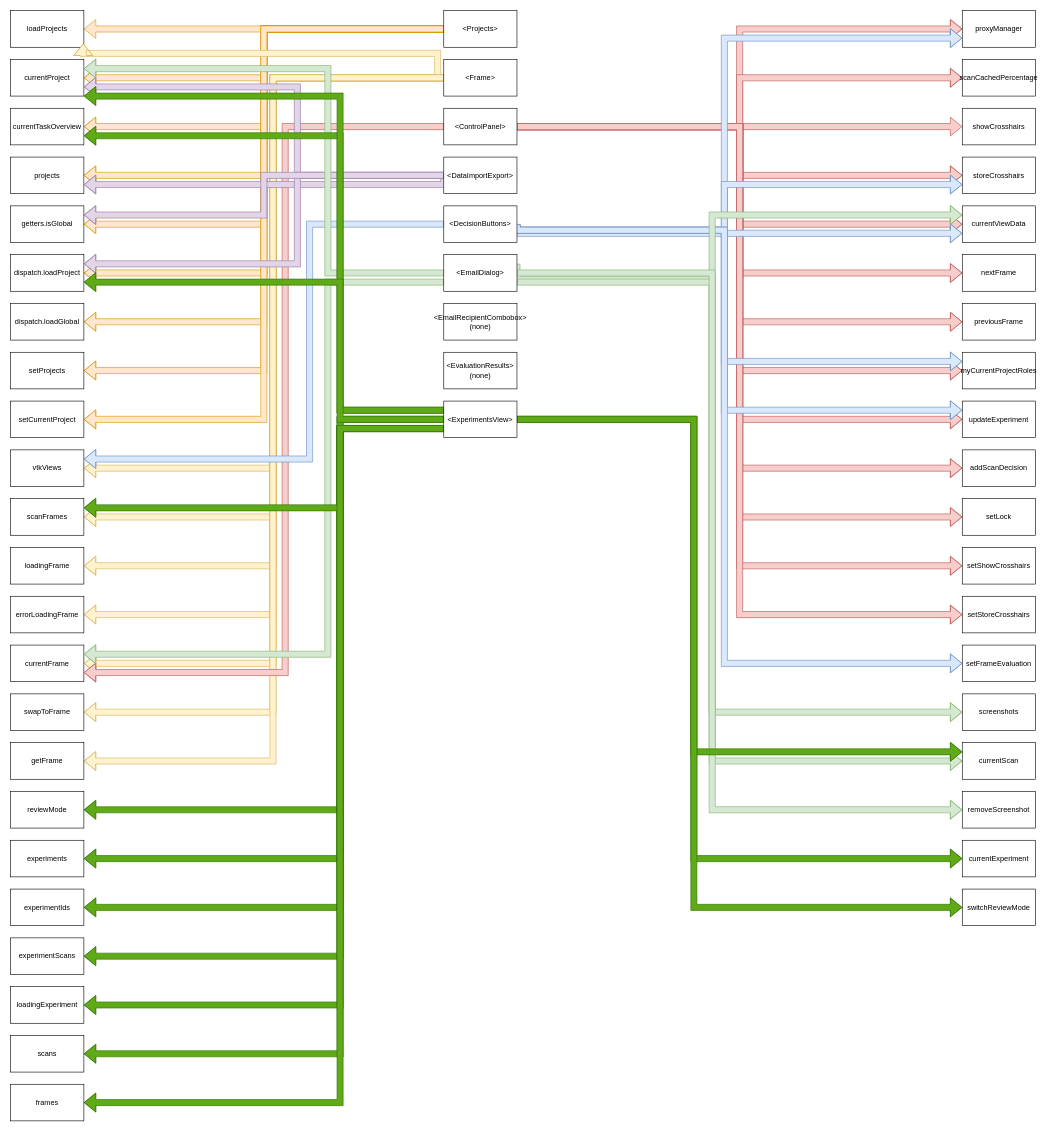
Earlier version of the draw.io diagram diagrams/miqa-store-components.drawio (davidshq/miqa-notes). Source tidied: cells renumbered, new cells numbered last; positions are measured from the earlier drawing's top-left corner, leaving out a move shared by most shapes. Both pictures are drawn from the tidied source at 61%, with x=0, y=0 at pixel (10, 10).
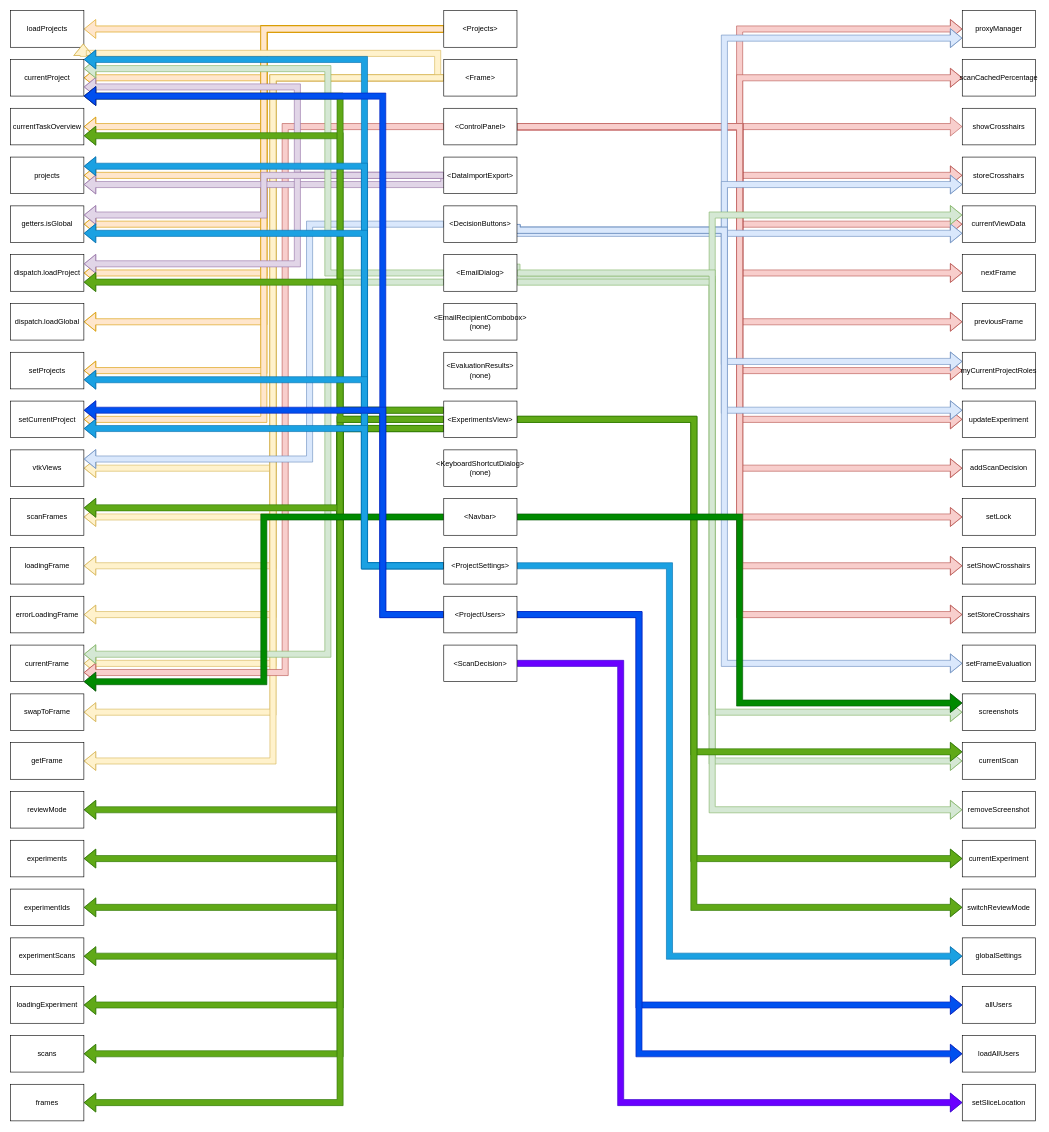
After the change.

Commit message:
Adding KeyboardShortcutDialog, Navbar, ProjectSettings, ProjectUsers, and ScanDecision

The change refers to these unchanged cells:
```xml
<mxCell id="13" value="currentProject" style="rounded=0;whiteSpace=wrap;html=1;" parent="1" vertex="1">
  <mxGeometry y="80" width="120" height="60" as="geometry" />
</mxCell>
<mxCell id="15" value="projects" style="rounded=0;whiteSpace=wrap;html=1;" parent="1" vertex="1">
  <mxGeometry y="240" width="120" height="60" as="geometry" />
</mxCell>
<mxCell id="16" value="getters.isGlobal" style="rounded=0;whiteSpace=wrap;html=1;" parent="1" vertex="1">
  <mxGeometry y="320" width="120" height="60" as="geometry" />
</mxCell>
<mxCell id="19" value="setProjects" style="rounded=0;whiteSpace=wrap;html=1;" parent="1" vertex="1">
  <mxGeometry y="560" width="120" height="60" as="geometry" />
</mxCell>
<mxCell id="20" value="setCurrentProject" style="rounded=0;whiteSpace=wrap;html=1;" parent="1" vertex="1">
  <mxGeometry y="640" width="120" height="60" as="geometry" />
</mxCell>
<mxCell id="34" value="currentFrame" style="rounded=0;whiteSpace=wrap;html=1;" parent="1" vertex="1">
  <mxGeometry y="1040" width="120" height="60" as="geometry" />
</mxCell>
<mxCell id="87" value="screenshots" style="rounded=0;whiteSpace=wrap;html=1;" parent="1" vertex="1">
  <mxGeometry x="1560" y="1120" width="120" height="60" as="geometry" />
</mxCell>
```

The edit, as a diff of the source:
```diff
@@
+    <mxCell id="115" value="&amp;lt;KeyboardShortcutDialog&amp;gt;&lt;br&gt;(none)" style="rounded=0;whiteSpace=wrap;html=1;" parent="1" vertex="1">
+      <mxGeometry x="710" y="720" width="120" height="60" as="geometry" />
+    </mxCell>
+    <mxCell id="116" style="edgeStyle=orthogonalEdgeStyle;shape=flexArrow;rounded=0;jettySize=auto;html=1;entryX=0;entryY=0.25;entryDx=0;entryDy=0;fillColor=#008a00;strokeColor=#005700;" parent="1" edge="1" source="118" target="87">
+      <mxGeometry relative="1" as="geometry" />
+    </mxCell>
+    <mxCell id="117" style="edgeStyle=orthogonalEdgeStyle;shape=flexArrow;rounded=0;jettySize=auto;html=1;entryX=1;entryY=1;entryDx=0;entryDy=0;fillColor=#008a00;strokeColor=#005700;" parent="1" edge="1" source="118" target="34">
+      <mxGeometry relative="1" as="geometry">
+        <Array as="points">
+          <mxPoint x="415" y="830" />
+          <mxPoint x="415" y="1100" />
+        </Array>
+      </mxGeometry>
+    </mxCell>
+    <mxCell id="118" value="&amp;lt;Navbar&amp;gt;" style="rounded=0;whiteSpace=wrap;html=1;" parent="1" vertex="1">
+      <mxGeometry x="710" y="800" width="120" height="60" as="geometry" />
+    </mxCell>
+    <mxCell id="119" style="edgeStyle=orthogonalEdgeStyle;shape=flexArrow;rounded=0;jettySize=auto;html=1;exitX=0;exitY=0.5;exitDx=0;exitDy=0;entryX=1;entryY=0;entryDx=0;entryDy=0;fillColor=#1ba1e2;strokeColor=#006EAF;" parent="1" edge="1" source="125" target="13">
+      <mxGeometry relative="1" as="geometry">
+        <Array as="points">
+          <mxPoint x="580" y="910" />
+          <mxPoint x="580" y="80" />
+        </Array>
+      </mxGeometry>
+    </mxCell>
+    <mxCell id="120" style="edgeStyle=orthogonalEdgeStyle;shape=flexArrow;rounded=0;jettySize=auto;html=1;exitX=1;exitY=0.5;exitDx=0;exitDy=0;entryX=0;entryY=0.5;entryDx=0;entryDy=0;fillColor=#1ba1e2;strokeColor=#006EAF;" parent="1" edge="1" source="125" target="126">
+      <mxGeometry relative="1" as="geometry">
+        <Array as="points">
+          <mxPoint x="1080" y="910" />
+          <mxPoint x="1080" y="1550" />
+        </Array>
+      </mxGeometry>
+    </mxCell>
+    <mxCell id="121" style="edgeStyle=orthogonalEdgeStyle;shape=flexArrow;rounded=0;jettySize=auto;html=1;exitX=0;exitY=0.5;exitDx=0;exitDy=0;entryX=1;entryY=0.25;entryDx=0;entryDy=0;fillColor=#1ba1e2;strokeColor=#006EAF;" parent="1" edge="1" source="125" target="15">
+      <mxGeometry relative="1" as="geometry">
+        <Array as="points">
+          <mxPoint x="580" y="910" />
+          <mxPoint x="580" y="255" />
+        </Array>
+      </mxGeometry>
+    </mxCell>
+    <mxCell id="122" style="edgeStyle=orthogonalEdgeStyle;shape=flexArrow;rounded=0;jettySize=auto;html=1;exitX=0;exitY=0.5;exitDx=0;exitDy=0;entryX=1;entryY=0.75;entryDx=0;entryDy=0;fillColor=#1ba1e2;strokeColor=#006EAF;" parent="1" edge="1" source="125" target="16">
+      <mxGeometry relative="1" as="geometry">
+        <Array as="points">
+          <mxPoint x="580" y="910" />
+          <mxPoint x="580" y="365" />
+        </Array>
+      </mxGeometry>
+    </mxCell>
+    <mxCell id="123" style="edgeStyle=orthogonalEdgeStyle;shape=flexArrow;rounded=0;jettySize=auto;html=1;exitX=0;exitY=0.5;exitDx=0;exitDy=0;entryX=1;entryY=0.75;entryDx=0;entryDy=0;fillColor=#1ba1e2;strokeColor=#006EAF;" parent="1" edge="1" source="125" target="19">
+      <mxGeometry relative="1" as="geometry">
+        <Array as="points">
+          <mxPoint x="580" y="910" />
+          <mxPoint x="580" y="605" />
+        </Array>
+      </mxGeometry>
+    </mxCell>
+    <mxCell id="124" style="edgeStyle=orthogonalEdgeStyle;shape=flexArrow;rounded=0;jettySize=auto;html=1;exitX=0;exitY=0.5;exitDx=0;exitDy=0;entryX=1;entryY=0.75;entryDx=0;entryDy=0;fillColor=#1ba1e2;strokeColor=#006EAF;" parent="1" edge="1" source="125" target="20">
+      <mxGeometry relative="1" as="geometry">
+        <Array as="points">
+          <mxPoint x="580" y="910" />
+          <mxPoint x="580" y="685" />
+        </Array>
+      </mxGeometry>
+    </mxCell>
+    <mxCell id="125" value="&amp;lt;ProjectSettings&amp;gt;" style="rounded=0;whiteSpace=wrap;html=1;" parent="1" vertex="1">
+      <mxGeometry x="710" y="880" width="120" height="60" as="geometry" />
+    </mxCell>
+    <mxCell id="126" value="globalSettings" style="rounded=0;whiteSpace=wrap;html=1;" parent="1" vertex="1">
+      <mxGeometry x="1560" y="1520" width="120" height="60" as="geometry" />
+    </mxCell>
+    <mxCell id="127" style="edgeStyle=orthogonalEdgeStyle;shape=flexArrow;rounded=0;jettySize=auto;html=1;exitX=0;exitY=0.5;exitDx=0;exitDy=0;entryX=1;entryY=1;entryDx=0;entryDy=0;fillColor=#0050ef;strokeColor=#001DBC;" parent="1" edge="1" source="131" target="13">
+      <mxGeometry relative="1" as="geometry">
+        <Array as="points">
+          <mxPoint x="610" y="990" />
+          <mxPoint x="610" y="140" />
+        </Array>
+      </mxGeometry>
+    </mxCell>
+    <mxCell id="128" style="edgeStyle=orthogonalEdgeStyle;shape=flexArrow;rounded=0;jettySize=auto;html=1;exitX=1;exitY=0.5;exitDx=0;exitDy=0;entryX=0;entryY=0.5;entryDx=0;entryDy=0;fillColor=#0050ef;strokeColor=#001DBC;" parent="1" edge="1" source="131" target="132">
+      <mxGeometry relative="1" as="geometry">
+        <Array as="points">
+          <mxPoint x="1030" y="990" />
+          <mxPoint x="1030" y="1630" />
+        </Array>
+      </mxGeometry>
+    </mxCell>
+    <mxCell id="129" style="edgeStyle=orthogonalEdgeStyle;shape=flexArrow;rounded=0;jettySize=auto;html=1;exitX=1;exitY=0.5;exitDx=0;exitDy=0;entryX=0;entryY=0.5;entryDx=0;entryDy=0;fillColor=#0050ef;strokeColor=#001DBC;" parent="1" edge="1" source="131" target="133">
+      <mxGeometry relative="1" as="geometry">
+        <Array as="points">
+          <mxPoint x="1030" y="990" />
+          <mxPoint x="1030" y="1710" />
+        </Array>
+      </mxGeometry>
+    </mxCell>
+    <mxCell id="130" style="edgeStyle=orthogonalEdgeStyle;shape=flexArrow;rounded=0;jettySize=auto;html=1;exitX=0;exitY=0.5;exitDx=0;exitDy=0;entryX=1;entryY=0.25;entryDx=0;entryDy=0;fillColor=#0050ef;strokeColor=#001DBC;" parent="1" edge="1" source="131" target="20">
+      <mxGeometry relative="1" as="geometry">
+        <Array as="points">
+          <mxPoint x="610" y="990" />
+          <mxPoint x="610" y="655" />
+        </Array>
+      </mxGeometry>
+    </mxCell>
+    <mxCell id="131" value="&amp;lt;ProjectUsers&amp;gt;" style="rounded=0;whiteSpace=wrap;html=1;" parent="1" vertex="1">
+      <mxGeometry x="710" y="960" width="120" height="60" as="geometry" />
+    </mxCell>
+    <mxCell id="132" value="allUsers" style="rounded=0;whiteSpace=wrap;html=1;" parent="1" vertex="1">
+      <mxGeometry x="1560" y="1600" width="120" height="60" as="geometry" />
+    </mxCell>
+    <mxCell id="133" value="loadAllUsers" style="rounded=0;whiteSpace=wrap;html=1;" parent="1" vertex="1">
+      <mxGeometry x="1560" y="1680" width="120" height="60" as="geometry" />
+    </mxCell>
+    <mxCell id="134" style="edgeStyle=orthogonalEdgeStyle;shape=flexArrow;rounded=0;jettySize=auto;html=1;exitX=1;exitY=0.5;exitDx=0;exitDy=0;entryX=0;entryY=0.5;entryDx=0;entryDy=0;fillColor=#6a00ff;strokeColor=#3700CC;" parent="1" edge="1" source="135" target="136">
+      <mxGeometry relative="1" as="geometry">
+        <Array as="points">
+          <mxPoint x="1000" y="1070" />
+          <mxPoint x="1000" y="1790" />
+        </Array>
+      </mxGeometry>
+    </mxCell>
+    <mxCell id="135" value="&amp;lt;ScanDecision&amp;gt;" style="rounded=0;whiteSpace=wrap;html=1;" parent="1" vertex="1">
+      <mxGeometry x="710" y="1040" width="120" height="60" as="geometry" />
+    </mxCell>
+    <mxCell id="136" value="setSliceLocation" style="rounded=0;whiteSpace=wrap;html=1;" parent="1" vertex="1">
+      <mxGeometry x="1560" y="1760" width="120" height="60" as="geometry" />
+    </mxCell>
```
